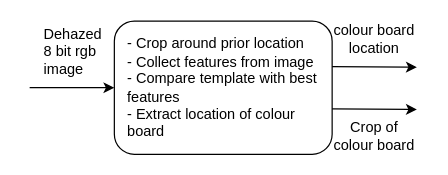
Above: P3/Modules/WB_Checker_Detection.drawio in jens1906/Robotteknologi-3.-semester (draw.io), before the change. Source tidied: cells renumbered, new cells numbered last; positions are measured from the earlier drawing's top-left corner, leaving out a move shared by most shapes. Both pictures are drawn from the tidied source at 121%, with x=0, y=0 at pixel (29, 21).
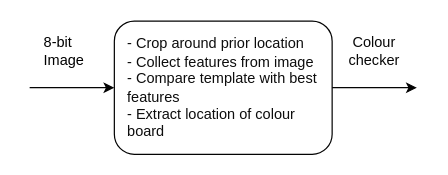
Above is the later version.

Commit message:
Update colour checker white box

What changed in the source:
```diff
@@
-<mxGraphModel>
+<mxGraphModel background="#ffffff">
   <root>
     <mxCell id="0" />
     <mxCell id="1" parent="0" />
-    <mxCell id="2" value="Crop of colour board" style="text;html=1;align=center;verticalAlign=middle;whiteSpace=wrap;rounded=0;" parent="1" vertex="1">
-      <mxGeometry x="250" y="80" width="70" height="30" as="geometry" />
+    <mxCell id="2" value="&lt;font color=&quot;#080808&quot;&gt;Colour checker&lt;/font&gt;" style="text;html=1;align=center;verticalAlign=middle;whiteSpace=wrap;rounded=0;strokeColor=none;" parent="1" vertex="1">
+      <mxGeometry x="250" y="10" width="70" height="30" as="geometry" />
     </mxCell>
-    <mxCell id="3" style="rounded=1;whiteSpace=wrap;html=1;" parent="1" vertex="1">
+    <mxCell id="3" style="rounded=1;whiteSpace=wrap;html=1;fillColor=#FFFFFF;strokeColor=#030303;" parent="1" vertex="1">
       <mxGeometry x="70" width="180" height="110" as="geometry" />
     </mxCell>
-    <mxCell id="4" value="&lt;div style=&quot;text-align: left;&quot;&gt;&lt;span style=&quot;&quot;&gt;- Crop around prior location&lt;/span&gt;&lt;span style=&quot;&quot;&gt;&lt;/span&gt;&lt;/div&gt;&lt;span style=&quot;&quot;&gt;&lt;div style=&quot;text-align: left;&quot;&gt;&lt;span style=&quot;background-color: initial;&quot;&gt;- Collect features from image&lt;/span&gt;&lt;/div&gt;&lt;/span&gt;&lt;div style=&quot;text-align: left;&quot;&gt;&lt;span style=&quot;&quot;&gt;- Compare template with best features&lt;/span&gt;&lt;span style=&quot;&quot;&gt;&lt;/span&gt;&lt;/div&gt;&lt;div style=&quot;text-align: left;&quot;&gt;&lt;span style=&quot;&quot;&gt;- Extract location of colour board&lt;/span&gt;&lt;span style=&quot;text-align: left;&quot;&gt;&lt;/span&gt;&lt;/div&gt;" style="text;html=1;align=center;verticalAlign=middle;whiteSpace=wrap;rounded=0;" parent="1" vertex="1">
+    <mxCell id="4" value="&lt;div style=&quot;text-align: left;&quot;&gt;&lt;font color=&quot;#0d0d0d&quot;&gt;&lt;span style=&quot;&quot;&gt;- Crop around prior location&lt;/span&gt;&lt;span style=&quot;&quot;&gt;&lt;/span&gt;&lt;/font&gt;&lt;/div&gt;&lt;span style=&quot;&quot;&gt;&lt;div style=&quot;text-align: left;&quot;&gt;&lt;span style=&quot;background-color: initial;&quot;&gt;&lt;font color=&quot;#0d0d0d&quot;&gt;- Collect features from image&lt;/font&gt;&lt;/span&gt;&lt;/div&gt;&lt;/span&gt;&lt;div style=&quot;text-align: left;&quot;&gt;&lt;font color=&quot;#0d0d0d&quot;&gt;&lt;span style=&quot;&quot;&gt;- Compare template with best features&lt;/span&gt;&lt;span style=&quot;&quot;&gt;&lt;/span&gt;&lt;/font&gt;&lt;/div&gt;&lt;div style=&quot;text-align: left;&quot;&gt;&lt;span style=&quot;&quot;&gt;&lt;font color=&quot;#0d0d0d&quot;&gt;- Extract location of colour board&lt;/font&gt;&lt;/span&gt;&lt;span style=&quot;text-align: left;&quot;&gt;&lt;/span&gt;&lt;/div&gt;" style="text;html=1;align=center;verticalAlign=middle;whiteSpace=wrap;rounded=0;" parent="1" vertex="1">
       <mxGeometry x="80" y="20" width="170" height="70" as="geometry" />
     </mxCell>
-    <mxCell id="5" value="Dehazed 8 bit rgb&lt;div&gt;image&lt;/div&gt;" style="text;html=1;align=left;verticalAlign=middle;whiteSpace=wrap;rounded=0;" parent="1" vertex="1">
+    <mxCell id="5" value="&lt;font color=&quot;#000000&quot;&gt;8-bit&lt;br&gt;Image&lt;/font&gt;" style="text;html=1;align=left;verticalAlign=middle;whiteSpace=wrap;rounded=0;strokeColor=none;" parent="1" vertex="1">
       <mxGeometry x="10" y="10" width="60" height="30" as="geometry" />
     </mxCell>
-    <mxCell id="6" style="endArrow=classic;html=1;rounded=0;entryX=0;entryY=0.5;entryDx=0;entryDy=0;" parent="1" edge="1" target="3">
+    <mxCell id="6" style="endArrow=classic;html=1;rounded=0;entryX=0;entryY=0.5;entryDx=0;entryDy=0;strokeColor=#030303;" parent="1" edge="1" target="3">
       <mxGeometry relative="1" as="geometry">
         <mxPoint y="55" as="sourcePoint" />
       </mxGeometry>
     </mxCell>
-    <mxCell id="7" style="endArrow=classic;html=1;rounded=0;exitX=1;exitY=0.75;exitDx=0;exitDy=0;" parent="1" edge="1" source="4">
+    <mxCell id="7" style="endArrow=classic;html=1;rounded=0;exitX=1;exitY=0.5;exitDx=0;exitDy=0;strokeColor=#030303;" parent="1" edge="1" source="4">
       <mxGeometry relative="1" as="geometry">
-        <mxPoint x="320" y="73" as="targetPoint" />
+        <mxPoint x="320" y="55" as="targetPoint" />
       </mxGeometry>
     </mxCell>
-    <mxCell id="8" style="endArrow=classic;html=1;rounded=0;exitX=1;exitY=0.25;exitDx=0;exitDy=0;" parent="1" edge="1" source="4">
-      <mxGeometry relative="1" as="geometry">
-        <mxPoint x="320" y="38" as="targetPoint" />
-      </mxGeometry>
-    </mxCell>
-    <mxCell id="9" value="colour board location" style="text;html=1;align=center;verticalAlign=middle;whiteSpace=wrap;rounded=0;" parent="1" vertex="1">
-      <mxGeometry x="250" width="70" height="30" as="geometry" />
-    </mxCell>
   </root>
 </mxGraphModel>
```
